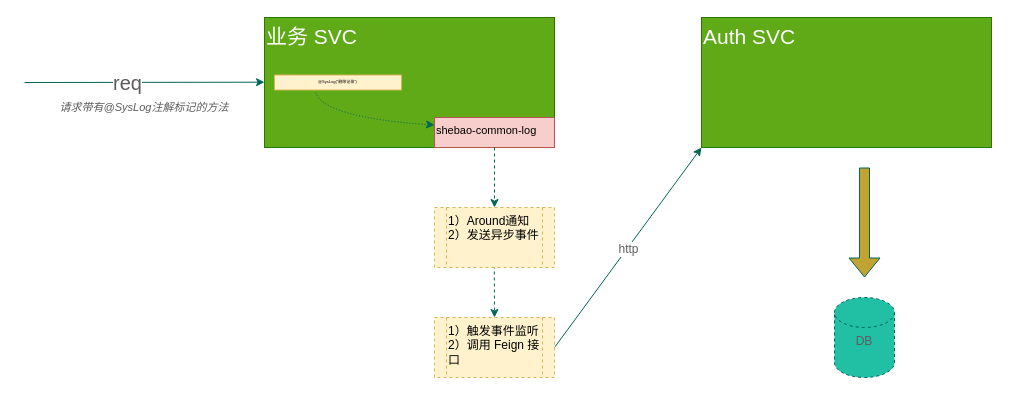
Before: aop_log_arch.drawio in rexlin600/diagrams, a draw.io diagram. Source tidied: cells renumbered, new cells numbered last; positions are measured from the earlier drawing's top-left corner, leaving out a move shared by most shapes. Both pictures are drawn from the tidied source at 100%, with x=0, y=0 at pixel (24, 17).
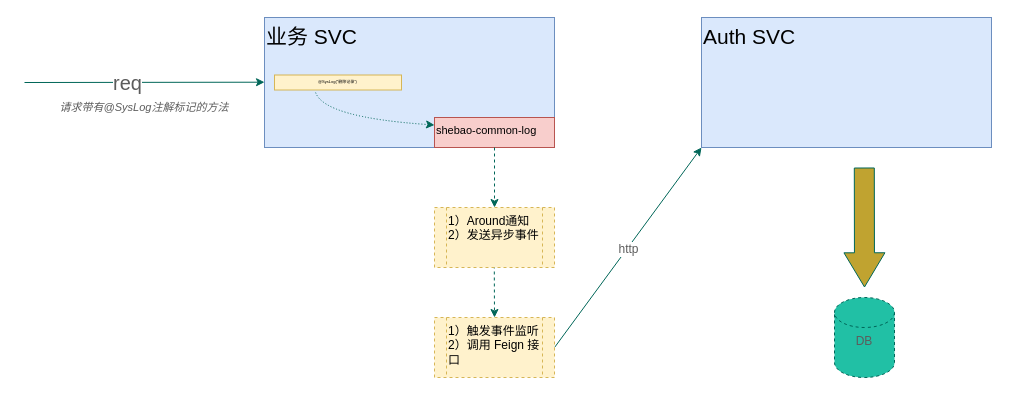
The same diagram, later.

What changed in the source:
```diff
@@
-    <mxCell id="2" value="业务 SVC" style="rounded=0;whiteSpace=wrap;html=1;align=left;verticalAlign=top;fontSize=21;fillColor=#60a917;strokeColor=#2D7600;fontColor=#ffffff;" parent="1" vertex="1">
+    <mxCell id="2" value="业务 SVC" style="rounded=0;whiteSpace=wrap;html=1;align=left;verticalAlign=top;fontSize=21;fillColor=#dae8fc;strokeColor=#6c8ebf;" parent="1" vertex="1">
       <mxGeometry x="240" width="290" height="130" as="geometry" />
     </mxCell>
@@
-    <mxCell id="10" value="Auth SVC" style="rounded=0;whiteSpace=wrap;html=1;align=left;verticalAlign=top;fontSize=21;fillColor=#60a917;strokeColor=#2D7600;fontColor=#ffffff;" parent="1" vertex="1">
+    <mxCell id="10" value="Auth SVC" style="rounded=0;whiteSpace=wrap;html=1;align=left;verticalAlign=top;fontSize=21;fillColor=#dae8fc;strokeColor=#6c8ebf;" parent="1" vertex="1">
       <mxGeometry x="677" width="290" height="130" as="geometry" />
     </mxCell>
@@
-    <mxCell id="16" style="shape=flexArrow;endArrow=classic;html=1;fontSize=12;fontColor=#5C5C5C;strokeColor=#006658;fillColor=#C0A330;" parent="1" edge="1">
+    <mxCell id="16" style="shape=flexArrow;endArrow=classic;html=1;fontSize=12;fontColor=#5C5C5C;strokeColor=#006658;fillColor=#C0A330;width=20;endSize=11.071428571428571;" parent="1" edge="1">
       <mxGeometry relative="1" as="geometry">
-        <mxPoint x="840" y="150" as="sourcePoint" />
-        <mxPoint x="840" y="260" as="targetPoint" />
+        <mxPoint x="839.8" y="150" as="sourcePoint" />
+        <mxPoint x="840" y="270" as="targetPoint" />
       </mxGeometry>
     </mxCell>
```
